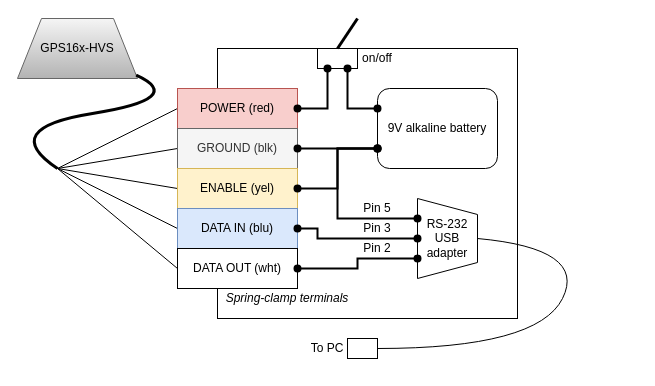
The draw.io diagram block-diagram.drawio in patricktokeeffe/gps16x-programmer, before the edit. Source tidied: cells renumbered, new cells numbered last; positions are measured from the earlier drawing's top-left corner, leaving out a move shared by most shapes. Both pictures are drawn from the tidied source at 100%, with x=0, y=0 at pixel (-3, 18).
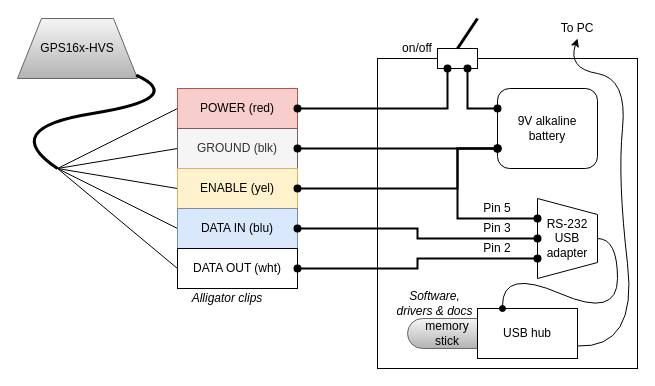
Above is the later version.

Unchanged cells that the change refers to:
```xml
<mxCell id="6" value="POWER (red)" style="rounded=0;whiteSpace=wrap;html=1;fillColor=#f8cecc;strokeColor=#b85450;" parent="1" vertex="1">
  <mxGeometry x="180" y="70" width="120" height="40" as="geometry" />
</mxCell>
<mxCell id="8" value="GROUND (blk)" style="rounded=0;whiteSpace=wrap;html=1;fillColor=#f5f5f5;strokeColor=#666666;fontColor=#333333;" parent="1" vertex="1">
  <mxGeometry x="180" y="110" width="120" height="40" as="geometry" />
</mxCell>
<mxCell id="10" value="ENABLE (yel)" style="rounded=0;whiteSpace=wrap;html=1;fillColor=#fff2cc;strokeColor=#d6b656;" parent="1" vertex="1">
  <mxGeometry x="180" y="150" width="120" height="40" as="geometry" />
</mxCell>
<mxCell id="12" value="DATA IN (blu)" style="rounded=0;whiteSpace=wrap;html=1;fillColor=#dae8fc;strokeColor=#6c8ebf;" parent="1" vertex="1">
  <mxGeometry x="180" y="190" width="120" height="40" as="geometry" />
</mxCell>
```

Diff of the diagram source:
```diff
@@
+    <mxCell id="34" style="rounded=1;whiteSpace=wrap;html=1;fillColor=#f5f5f5;arcSize=50;gradientColor=#b3b3b3;strokeColor=#666666;" parent="1" vertex="1">
+      <mxGeometry x="410" y="300" width="120" height="30" as="geometry" />
+    </mxCell>
     <mxCell id="2" style="rounded=0;whiteSpace=wrap;html=1;fillColor=none;" parent="1" vertex="1">
-      <mxGeometry x="220" y="30" width="300" height="270" as="geometry" />
+      <mxGeometry x="380" y="40" width="260" height="310" as="geometry" />
     </mxCell>
     <mxCell id="3" style="rounded=0;whiteSpace=wrap;html=1;" parent="1" vertex="1">
-      <mxGeometry x="320" y="30" width="40" height="20" as="geometry" />
+      <mxGeometry x="440" y="30" width="40" height="20" as="geometry" />
     </mxCell>
@@
-    <mxCell id="15" value="Spring-clamp terminals" style="text;html=1;strokeColor=none;fillColor=none;align=center;verticalAlign=middle;whiteSpace=wrap;rounded=0;fontStyle=2;" parent="1" vertex="1">
-      <mxGeometry x="220" y="270" width="140" height="20" as="geometry" />
+    <mxCell id="15" value="Alligator clips" style="text;html=1;strokeColor=none;fillColor=none;align=center;verticalAlign=middle;whiteSpace=wrap;rounded=0;fontStyle=2;" parent="1" vertex="1">
+      <mxGeometry x="160" y="270" width="140" height="20" as="geometry" />
     </mxCell>
@@
-    <mxCell id="17" value="9V alkaline battery" style="rounded=1;whiteSpace=wrap;html=1;" parent="1" vertex="1">
-      <mxGeometry x="380" y="70" width="120" height="80" as="geometry" />
+    <mxCell id="17" value="9V alkaline &lt;br&gt;battery" style="rounded=1;whiteSpace=wrap;html=1;" parent="1" vertex="1">
+      <mxGeometry x="500" y="70" width="100" height="80" as="geometry" />
     </mxCell>
     <mxCell id="18" value="RS-232 USB adapter" style="shape=trapezoid;perimeter=trapezoidPerimeter;whiteSpace=wrap;html=1;rotation=0;direction=south;" parent="1" vertex="1">
-      <mxGeometry x="420" y="180" width="60" height="80" as="geometry" />
+      <mxGeometry x="540" y="180" width="60" height="80" as="geometry" />
     </mxCell>
-    <mxCell id="19" style="curved=1;endArrow=none;html=1;strokeWidth=1;entryX=0.5;entryY=0;entryDx=0;entryDy=0;endFill=0;" parent="1" edge="1" target="18">
-      <mxGeometry relative="1" as="geometry">
-        <mxPoint x="380" y="330" as="sourcePoint" />
-        <Array as="points">
-          <mxPoint x="540" y="330" />
-          <mxPoint x="590" y="230" />
-        </Array>
-      </mxGeometry>
-    </mxCell>
     <mxCell id="20" value="Pin 5" style="text;html=1;strokeColor=none;fillColor=none;align=center;verticalAlign=middle;whiteSpace=wrap;rounded=0;" parent="1" vertex="1">
-      <mxGeometry x="360" y="180" width="40" height="20" as="geometry" />
+      <mxGeometry x="480" y="180" width="40" height="20" as="geometry" />
     </mxCell>
     <mxCell id="21" value="Pin 3" style="text;html=1;strokeColor=none;fillColor=none;align=center;verticalAlign=middle;whiteSpace=wrap;rounded=0;" parent="1" vertex="1">
-      <mxGeometry x="360" y="200" width="40" height="20" as="geometry" />
+      <mxGeometry x="480" y="200" width="40" height="20" as="geometry" />
     </mxCell>
     <mxCell id="22" value="Pin 2" style="text;html=1;strokeColor=none;fillColor=none;align=center;verticalAlign=middle;whiteSpace=wrap;rounded=0;" parent="1" vertex="1">
-      <mxGeometry x="360" y="220" width="40" height="20" as="geometry" />
+      <mxGeometry x="480" y="220" width="40" height="20" as="geometry" />
     </mxCell>
-    <mxCell id="23" style="edgeStyle=orthogonalEdgeStyle;rounded=0;jettySize=auto;html=1;exitX=1;exitY=0.5;exitDx=0;exitDy=0;entryX=0.5;entryY=1;entryDx=0;entryDy=0;endArrow=oval;endFill=1;strokeWidth=2;startArrow=oval;startFill=1;" parent="1" edge="1" source="12" target="18">
+    <mxCell id="23" style="edgeStyle=orthogonalEdgeStyle;rounded=0;jettySize=auto;html=1;entryX=0.5;entryY=1;entryDx=0;entryDy=0;endArrow=oval;endFill=1;strokeWidth=2;startArrow=oval;startFill=1;" parent="1" edge="1" source="12" target="18">
       <mxGeometry relative="1" as="geometry">
         <Array as="points">
-          <mxPoint x="320" y="210" />
-          <mxPoint x="320" y="220" />
+          <mxPoint x="420" y="210" />
+          <mxPoint x="420" y="220" />
         </Array>
       </mxGeometry>
     </mxCell>
@@
-    <mxCell id="25" style="edgeStyle=orthogonalEdgeStyle;rounded=0;jettySize=auto;html=1;exitX=0;exitY=0.75;exitDx=0;exitDy=0;entryX=1;entryY=0.5;entryDx=0;entryDy=0;endArrow=oval;endFill=1;strokeWidth=2;startArrow=oval;startFill=1;" parent="1" edge="1" source="17" target="8">
+    <mxCell id="25" style="edgeStyle=orthogonalEdgeStyle;rounded=0;jettySize=auto;html=1;exitX=0;exitY=0.75;exitDx=0;exitDy=0;endArrow=oval;endFill=1;strokeWidth=2;startArrow=oval;startFill=1;" parent="1" edge="1" source="17" target="8">
       <mxGeometry relative="1" as="geometry" />
     </mxCell>
-    <mxCell id="26" style="edgeStyle=orthogonalEdgeStyle;rounded=0;jettySize=auto;html=1;exitX=0;exitY=0.75;exitDx=0;exitDy=0;entryX=1;entryY=0.5;entryDx=0;entryDy=0;endArrow=oval;endFill=1;strokeWidth=2;startArrow=oval;startFill=1;" parent="1" edge="1" source="17" target="10">
+    <mxCell id="26" style="edgeStyle=orthogonalEdgeStyle;rounded=0;jettySize=auto;html=1;exitX=0;exitY=0.75;exitDx=0;exitDy=0;endArrow=oval;endFill=1;strokeWidth=2;startArrow=oval;startFill=1;" parent="1" edge="1" source="17" target="10">
       <mxGeometry relative="1" as="geometry">
         <Array as="points">
-          <mxPoint x="340" y="130" />
-          <mxPoint x="340" y="170" />
+          <mxPoint x="460" y="130" />
+          <mxPoint x="460" y="170" />
         </Array>
       </mxGeometry>
     </mxCell>
     <mxCell id="27" style="edgeStyle=orthogonalEdgeStyle;rounded=0;jettySize=auto;html=1;exitX=0;exitY=0.75;exitDx=0;exitDy=0;entryX=0.25;entryY=1;entryDx=0;entryDy=0;endArrow=oval;endFill=1;strokeWidth=2;startArrow=oval;startFill=1;" parent="1" edge="1" source="17" target="18">
       <mxGeometry relative="1" as="geometry">
         <Array as="points">
-          <mxPoint x="340" y="130" />
-          <mxPoint x="340" y="200" />
+          <mxPoint x="460" y="130" />
+          <mxPoint x="460" y="200" />
         </Array>
       </mxGeometry>
     </mxCell>
@@
-    <mxCell id="29" style="edgeStyle=orthogonalEdgeStyle;rounded=0;jettySize=auto;html=1;exitX=1;exitY=0.5;exitDx=0;exitDy=0;entryX=0.25;entryY=1;entryDx=0;entryDy=0;endArrow=oval;endFill=1;strokeWidth=2;startArrow=oval;startFill=1;" parent="1" edge="1" source="6" target="3">
+    <mxCell id="29" style="edgeStyle=orthogonalEdgeStyle;rounded=0;jettySize=auto;html=1;entryX=0.25;entryY=1;entryDx=0;entryDy=0;endArrow=oval;endFill=1;strokeWidth=2;startArrow=oval;startFill=1;" parent="1" edge="1" source="6" target="3">
       <mxGeometry relative="1" as="geometry" />
     </mxCell>
     <mxCell id="30" style="endArrow=none;html=1;strokeWidth=3;" parent="1" edge="1">
       <mxGeometry relative="1" as="geometry">
-        <mxPoint x="340" y="30" as="sourcePoint" />
-        <mxPoint x="360" as="targetPoint" />
+        <mxPoint x="460" y="30" as="sourcePoint" />
+        <mxPoint x="480" as="targetPoint" />
       </mxGeometry>
     </mxCell>
     <mxCell id="31" value="on/off" style="text;html=1;strokeColor=none;fillColor=none;align=center;verticalAlign=middle;whiteSpace=wrap;rounded=0;" parent="1" vertex="1">
-      <mxGeometry x="360" y="30" width="40" height="20" as="geometry" />
+      <mxGeometry x="400" y="20" width="40" height="20" as="geometry" />
     </mxCell>
-    <mxCell id="32" style="rounded=0;whiteSpace=wrap;html=1;fillColor=#ffffff;" parent="1" vertex="1">
-      <mxGeometry x="350" y="320" width="30" height="20" as="geometry" />
+    <mxCell id="32" value="USB hub" style="rounded=0;whiteSpace=wrap;html=1;fillColor=#ffffff;" parent="1" vertex="1">
+      <mxGeometry x="480" y="290" width="100" height="50" as="geometry" />
     </mxCell>
     <mxCell id="33" value="To PC" style="text;html=1;strokeColor=none;fillColor=none;align=center;verticalAlign=middle;whiteSpace=wrap;rounded=0;" parent="1" vertex="1">
-      <mxGeometry x="310" y="320" width="40" height="20" as="geometry" />
+      <mxGeometry x="560" width="40" height="20" as="geometry" />
     </mxCell>
+    <mxCell id="35" value="memory stick" style="text;html=1;strokeColor=none;fillColor=none;align=center;verticalAlign=middle;whiteSpace=wrap;rounded=0;" parent="1" vertex="1">
+      <mxGeometry x="430" y="305" width="40" height="20" as="geometry" />
+    </mxCell>
+    <mxCell id="36" style="curved=1;endArrow=classic;html=1;strokeWidth=1;exitX=1;exitY=0.75;exitDx=0;exitDy=0;" parent="1" edge="1" source="32">
+      <mxGeometry relative="1" as="geometry">
+        <mxPoint x="580" y="20" as="targetPoint" />
+        <Array as="points">
+          <mxPoint x="640" y="330" />
+          <mxPoint x="620" y="160" />
+          <mxPoint x="630" y="60" />
+          <mxPoint x="570" y="50" />
+        </Array>
+      </mxGeometry>
+    </mxCell>
+    <mxCell id="19" style="curved=1;endArrow=none;html=1;strokeWidth=1;entryX=0.5;entryY=0;entryDx=0;entryDy=0;endFill=0;exitX=0.25;exitY=0;exitDx=0;exitDy=0;startArrow=oval;startFill=1;" parent="1" edge="1" source="32" target="18">
+      <mxGeometry relative="1" as="geometry">
+        <Array as="points">
+          <mxPoint x="505" y="250" />
+          <mxPoint x="620" y="300" />
+          <mxPoint x="620" y="220" />
+        </Array>
+      </mxGeometry>
+    </mxCell>
+    <mxCell id="37" value="&lt;i&gt;Software, drivers &amp;amp; docs&lt;/i&gt;" style="text;html=1;strokeColor=none;fillColor=none;align=center;verticalAlign=middle;whiteSpace=wrap;rounded=0;" parent="1" vertex="1">
+      <mxGeometry x="395" y="270" width="85" height="30" as="geometry" />
+    </mxCell>
```
